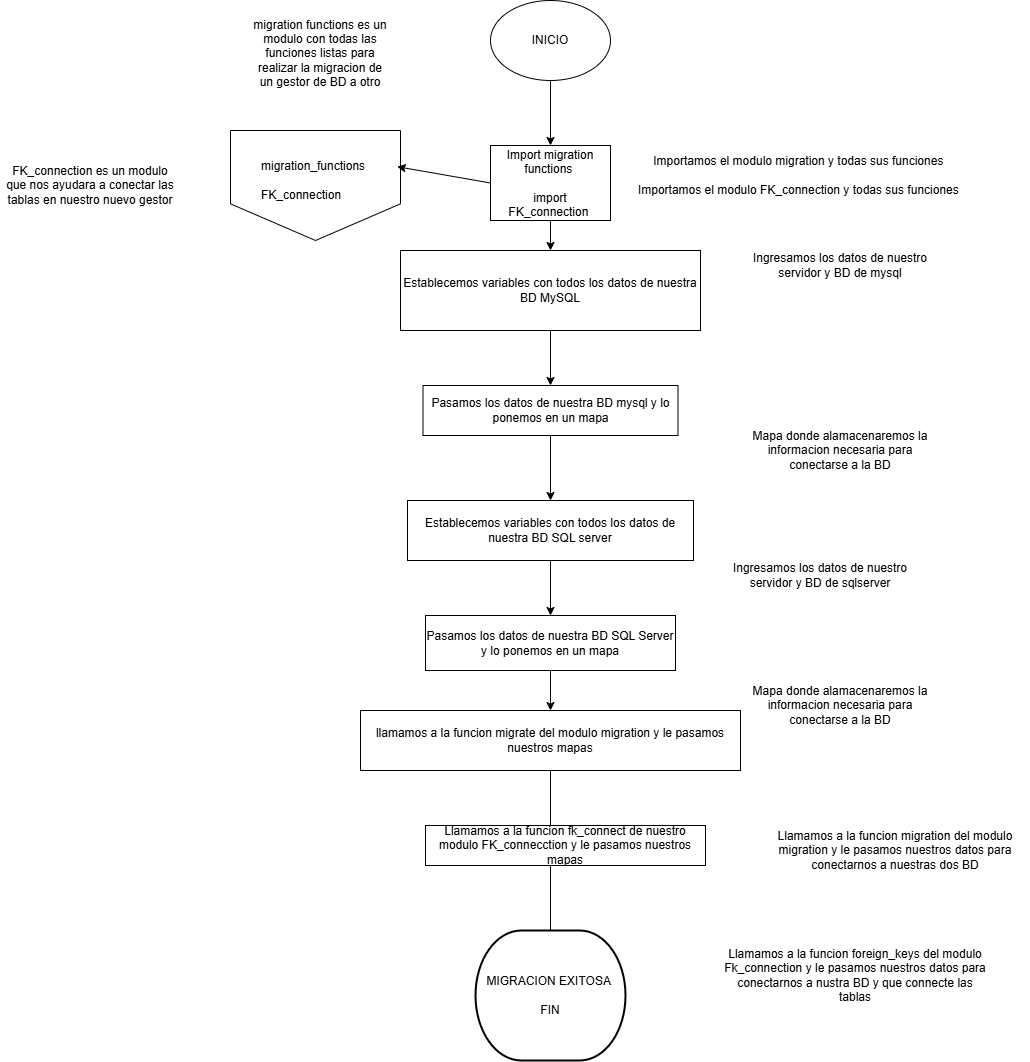
The draw.io diagram Documentación/Diagramas/MIGRATION/Main.drawio.png in AlfredoZC/Coffee-shop, before a commit. Source tidied: cells renumbered, new cells last; positions are measured from the earlier drawing's top-left corner, leaving out a move shared by most shapes.
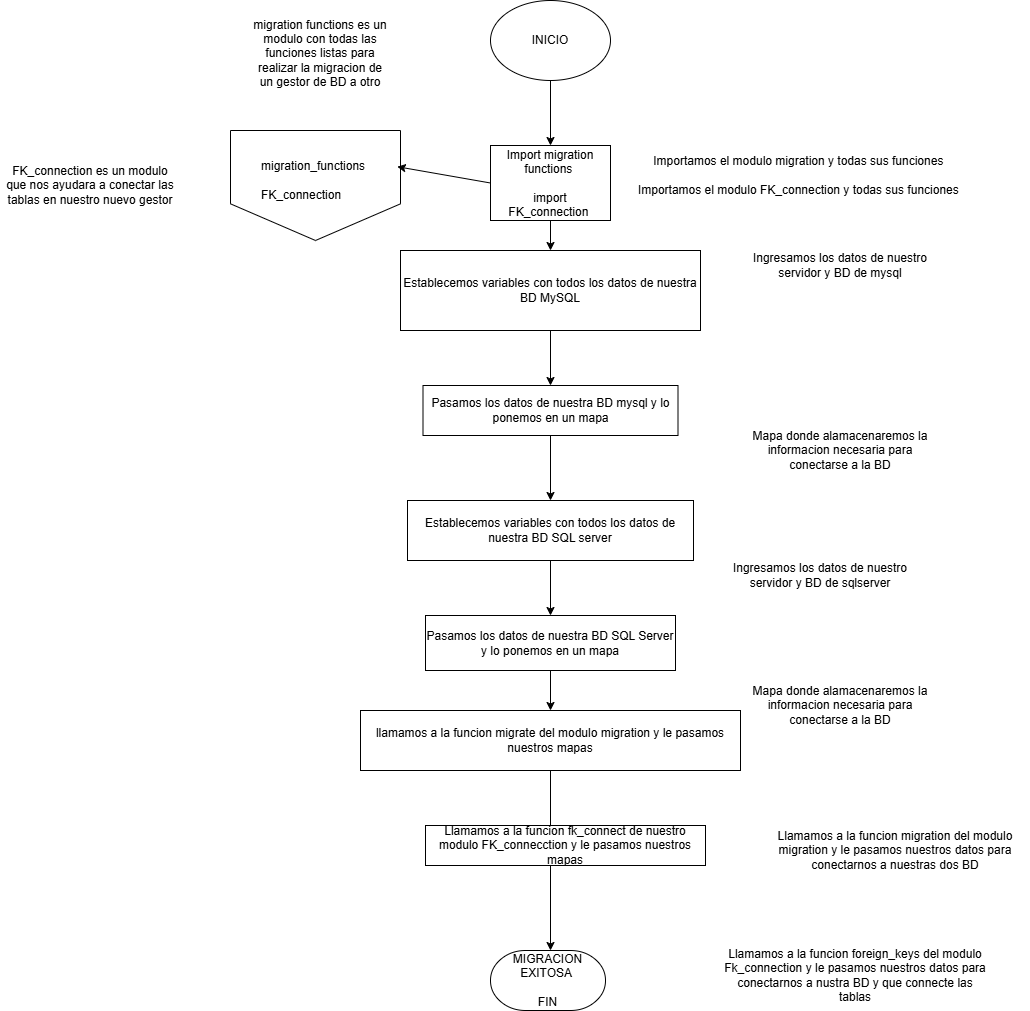
Above is the later version.

Change to the diagram source:
```diff
@@ -79,8 +79,8 @@
         <mxPoint x="550" y="950" as="targetPoint" />
       </mxGeometry>
     </mxCell>
-    <mxCell id="27" value="MIGRACION EXITOSA&amp;nbsp;&lt;br&gt;&lt;br&gt;FIN" style="strokeWidth=2;html=1;shape=mxgraph.flowchart.terminator;whiteSpace=wrap;" parent="1" vertex="1">
-      <mxGeometry x="475" y="930" width="150" height="130" as="geometry" />
+    <mxCell id="27" value="MIGRACION EXITOSA&amp;nbsp;&lt;br&gt;&lt;br&gt;FIN" style="strokeWidth=1;html=1;shape=mxgraph.flowchart.terminator;whiteSpace=wrap;" parent="1" vertex="1">
+      <mxGeometry x="490" y="950" width="115" height="60" as="geometry" />
     </mxCell>
     <mxCell id="28" value="FK_connection es un modulo que nos ayudara a conectar las tablas en nuestro nuevo gestor" style="text;html=1;align=center;verticalAlign=middle;whiteSpace=wrap;rounded=0;" parent="1" vertex="1">
       <mxGeometry y="170" width="180" height="30" as="geometry" />
```
